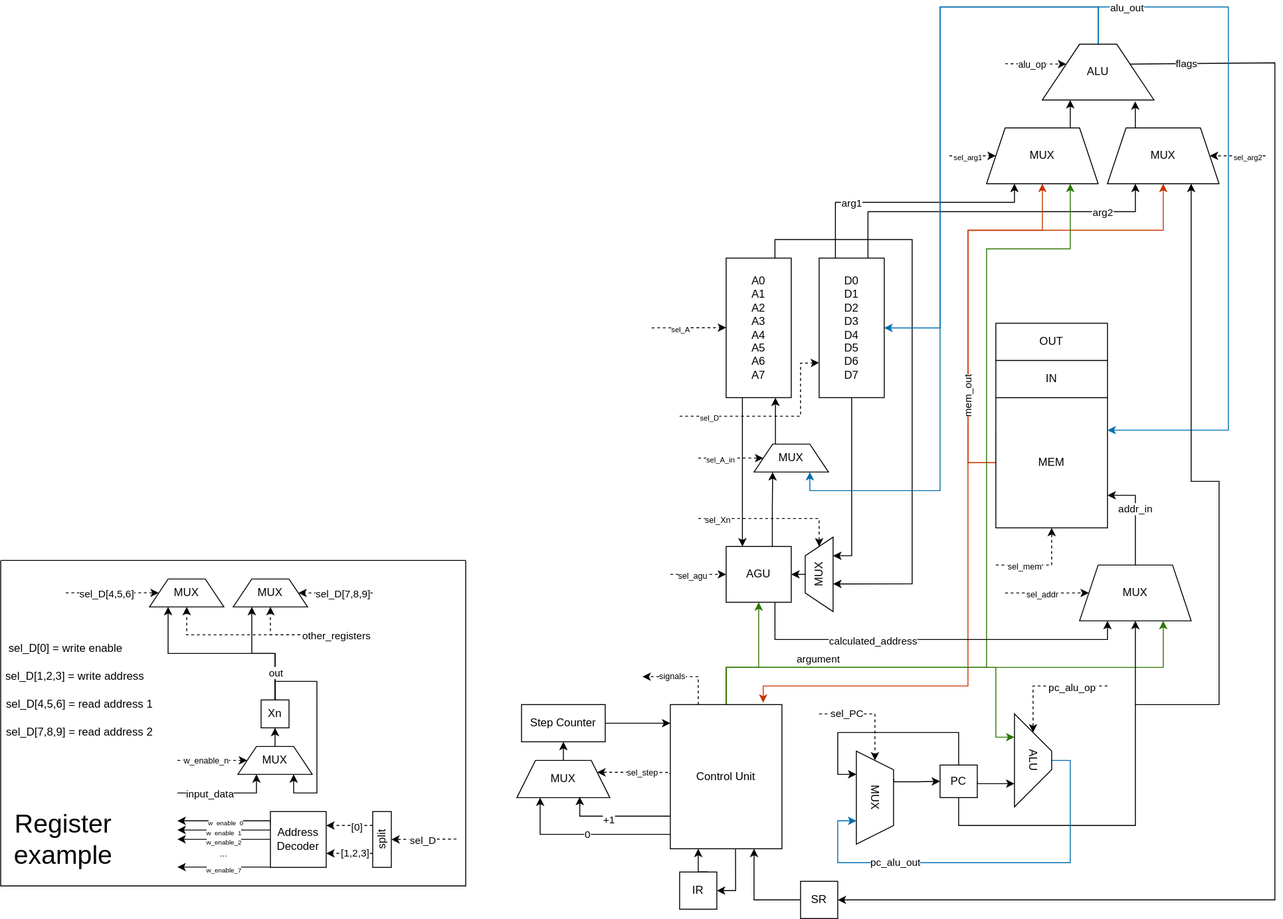
Before: m68k_v2.drawio.svg, a diagram exported from draw.io (Anderaf/m68kScheme). Source tidied: cells renumbered, new cells last; positions are measured from the earlier drawing's top-left corner, leaving out a move shared by most shapes.
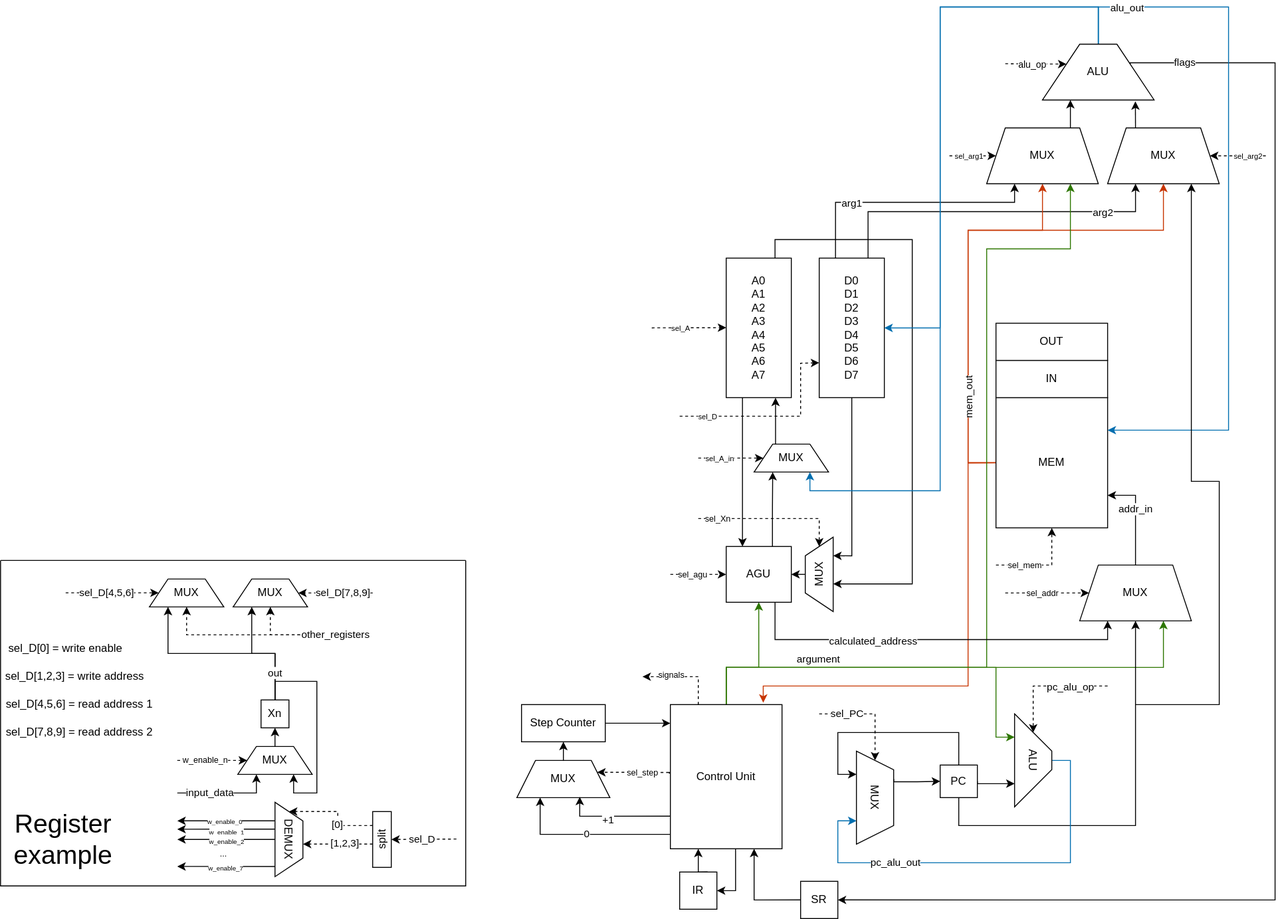
After the change.

Change to the diagram source:
```diff
@@ -557,12 +557,9 @@
     <mxCell id="102" value="&lt;font style=&quot;font-size: 9px;&quot;&gt;w_enable_n&lt;/font&gt;" style="edgeLabel;html=1;align=center;verticalAlign=middle;" parent="101" vertex="1">
       <mxGeometry x="-0.21" y="1" relative="1" as="geometry" />
     </mxCell>
-    <mxCell id="103" style="edgeStyle=orthogonalEdgeStyle;rounded=0;jettySize=auto;html=1;exitX=0;exitY=0.25;exitDx=0;exitDy=0;" parent="1" edge="1" source="105">
+    <mxCell id="103" style="edgeStyle=orthogonalEdgeStyle;rounded=0;jettySize=auto;html=1;exitX=0.25;exitY=1;exitDx=0;exitDy=0;" parent="1" edge="1" source="135">
       <mxGeometry relative="1" as="geometry">
         <mxPoint x="190" y="875" as="targetPoint" />
-        <Array as="points">
-          <mxPoint x="290" y="875" />
-        </Array>
       </mxGeometry>
     </mxCell>
     <mxCell id="104" value="&lt;font style=&quot;font-size: 7px;&quot;&gt;w_enable_0&lt;/font&gt;" style="edgeLabel;html=1;align=center;verticalAlign=middle;" parent="103" vertex="1">
@@ -570,9 +567,6 @@
         <mxPoint x="9" y="-1" as="offset" />
       </mxGeometry>
     </mxCell>
-    <mxCell id="105" value="Address&lt;div&gt;Decoder&lt;/div&gt;" style="whiteSpace=wrap;html=1;" parent="1" vertex="1">
-      <mxGeometry x="290" y="865" width="60" height="60" as="geometry" />
-    </mxCell>
     <mxCell id="106" style="endArrow=classic;html=1;rounded=0;entryX=0.5;entryY=1;entryDx=0;entryDy=0;dashed=1;" parent="1" edge="1" target="132">
       <mxGeometry relative="1" as="geometry">
         <mxPoint x="490" y="894.5" as="sourcePoint" />
@@ -581,10 +575,9 @@
     <mxCell id="107" value="sel_D" style="edgeLabel;html=1;align=center;verticalAlign=middle;" parent="106" vertex="1">
       <mxGeometry x="0.07" relative="1" as="geometry" />
     </mxCell>
-    <mxCell id="108" style="edgeStyle=orthogonalEdgeStyle;rounded=0;orthogonalLoop=1;jettySize=auto;html=1;exitX=0;exitY=0.25;exitDx=0;exitDy=0;" parent="1" edge="1">
+    <mxCell id="108" style="edgeStyle=orthogonalEdgeStyle;rounded=0;jettySize=auto;html=1;exitX=0.361;exitY=0.995;exitDx=0;exitDy=0;exitPerimeter=0;" parent="1" edge="1" source="135">
       <mxGeometry relative="1" as="geometry">
-        <mxPoint x="290" y="884.8" as="sourcePoint" />
-        <mxPoint x="190" y="884.8" as="targetPoint" />
+        <mxPoint x="190" y="884" as="targetPoint" />
       </mxGeometry>
     </mxCell>
     <mxCell id="109" value="&lt;font style=&quot;font-size: 7px;&quot;&gt;w_enable_1&lt;/font&gt;" style="edgeLabel;html=1;align=center;verticalAlign=middle;" parent="108" vertex="1">
@@ -592,10 +585,9 @@
         <mxPoint x="11" as="offset" />
       </mxGeometry>
     </mxCell>
-    <mxCell id="110" style="edgeStyle=orthogonalEdgeStyle;rounded=0;orthogonalLoop=1;jettySize=auto;html=1;exitX=0;exitY=0.25;exitDx=0;exitDy=0;" parent="1" edge="1">
+    <mxCell id="110" style="edgeStyle=orthogonalEdgeStyle;rounded=0;jettySize=auto;html=1;exitX=0.5;exitY=1;exitDx=0;exitDy=0;" parent="1" edge="1" source="135">
       <mxGeometry relative="1" as="geometry">
-        <mxPoint x="290" y="894.8" as="sourcePoint" />
-        <mxPoint x="190" y="894.8" as="targetPoint" />
+        <mxPoint x="190" y="895" as="targetPoint" />
       </mxGeometry>
     </mxCell>
     <mxCell id="111" value="&lt;font style=&quot;font-size: 7px;&quot;&gt;w_enable_2&lt;/font&gt;" style="edgeLabel;html=1;align=center;verticalAlign=middle;" parent="110" vertex="1">
@@ -606,10 +598,9 @@
     <mxCell id="112" value="&lt;font style=&quot;font-size: 9px;&quot;&gt;...&lt;/font&gt;" style="text;html=1;whiteSpace=wrap;strokeColor=none;fillColor=none;align=center;verticalAlign=middle;rounded=0;" parent="1" vertex="1">
       <mxGeometry x="210" y="905" width="60" height="10" as="geometry" />
     </mxCell>
-    <mxCell id="113" style="edgeStyle=orthogonalEdgeStyle;rounded=0;orthogonalLoop=1;jettySize=auto;html=1;exitX=0;exitY=0.25;exitDx=0;exitDy=0;" parent="1" edge="1">
+    <mxCell id="113" style="edgeStyle=orthogonalEdgeStyle;rounded=0;jettySize=auto;html=1;exitX=0.863;exitY=0.979;exitDx=0;exitDy=0;exitPerimeter=0;" parent="1" edge="1" source="135">
       <mxGeometry relative="1" as="geometry">
-        <mxPoint x="290" y="924.7" as="sourcePoint" />
-        <mxPoint x="190" y="924.7" as="targetPoint" />
+        <mxPoint x="190" y="924" as="targetPoint" />
       </mxGeometry>
     </mxCell>
     <mxCell id="114" value="&lt;font style=&quot;font-size: 7px;&quot;&gt;w_enable_7&lt;/font&gt;" style="edgeLabel;html=1;align=center;verticalAlign=middle;" parent="113" vertex="1">
@@ -675,18 +666,12 @@
     <mxCell id="127" value="sel_D[7,8,9] = read address 2" style="text;html=1;whiteSpace=wrap;strokeColor=none;fillColor=none;align=center;verticalAlign=middle;rounded=0;" parent="1" vertex="1">
       <mxGeometry y="765" width="170" height="30" as="geometry" />
     </mxCell>
-    <mxCell id="128" style="edgeStyle=orthogonalEdgeStyle;rounded=0;jettySize=auto;html=1;exitX=0.75;exitY=0;exitDx=0;exitDy=0;entryX=1;entryY=0.25;entryDx=0;entryDy=0;dashed=1;" parent="1" edge="1" source="132" target="105">
+    <mxCell id="128" style="edgeStyle=orthogonalEdgeStyle;rounded=0;jettySize=auto;html=1;exitX=0.75;exitY=0;exitDx=0;exitDy=0;entryX=0;entryY=0.5;entryDx=0;entryDy=0;dashed=1;" parent="1" edge="1" source="132" target="135">
       <mxGeometry relative="1" as="geometry" />
     </mxCell>
     <mxCell id="129" value="[0]" style="edgeLabel;html=1;align=center;verticalAlign=middle;" parent="128" vertex="1">
       <mxGeometry x="-0.25" y="1" relative="1" as="geometry" />
     </mxCell>
-    <mxCell id="130" style="edgeStyle=orthogonalEdgeStyle;rounded=0;jettySize=auto;html=1;exitX=0.25;exitY=0;exitDx=0;exitDy=0;entryX=1;entryY=0.75;entryDx=0;entryDy=0;dashed=1;" parent="1" edge="1" source="132" target="105">
-      <mxGeometry relative="1" as="geometry" />
-    </mxCell>
-    <mxCell id="131" value="[1,2,3]" style="edgeLabel;html=1;align=center;verticalAlign=middle;" parent="130" vertex="1">
-      <mxGeometry x="-0.19" y="-1" relative="1" as="geometry" />
-    </mxCell>
     <mxCell id="132" value="split" style="whiteSpace=wrap;html=1;rotation=-90;" parent="1" vertex="1">
       <mxGeometry x="380" y="885" width="60" height="20" as="geometry" />
     </mxCell>
@@ -696,5 +681,16 @@
     <mxCell id="134" value="&lt;font style=&quot;font-size: 28px;&quot;&gt;Register example&lt;/font&gt;" style="text;html=1;whiteSpace=wrap;strokeColor=none;fillColor=none;align=center;verticalAlign=middle;rounded=0;" parent="133" vertex="1">
       <mxGeometry x="5" y="260" width="125" height="80" as="geometry" />
     </mxCell>
+    <mxCell id="135" value="DEMUX" style="shape=trapezoid;perimeter=trapezoidPerimeter;whiteSpace=wrap;html=1;fixedSize=1;rotation=90;" parent="133" vertex="1">
+      <mxGeometry x="270" y="285" width="80" height="30" as="geometry" />
+    </mxCell>
+    <mxCell id="130" style="edgeStyle=orthogonalEdgeStyle;rounded=0;jettySize=auto;html=1;exitX=0.25;exitY=0;exitDx=0;exitDy=0;entryX=0.562;entryY=0;entryDx=0;entryDy=0;dashed=1;entryPerimeter=0;" parent="133" edge="1" target="135">
+      <mxGeometry relative="1" as="geometry">
+        <mxPoint x="400" y="305" as="sourcePoint" />
+      </mxGeometry>
+    </mxCell>
+    <mxCell id="131" value="[1,2,3]" style="edgeLabel;html=1;align=center;verticalAlign=middle;" parent="130" vertex="1">
+      <mxGeometry x="-0.19" y="-1" relative="1" as="geometry" />
+    </mxCell>
   </root>
 </mxGraphModel>
```
